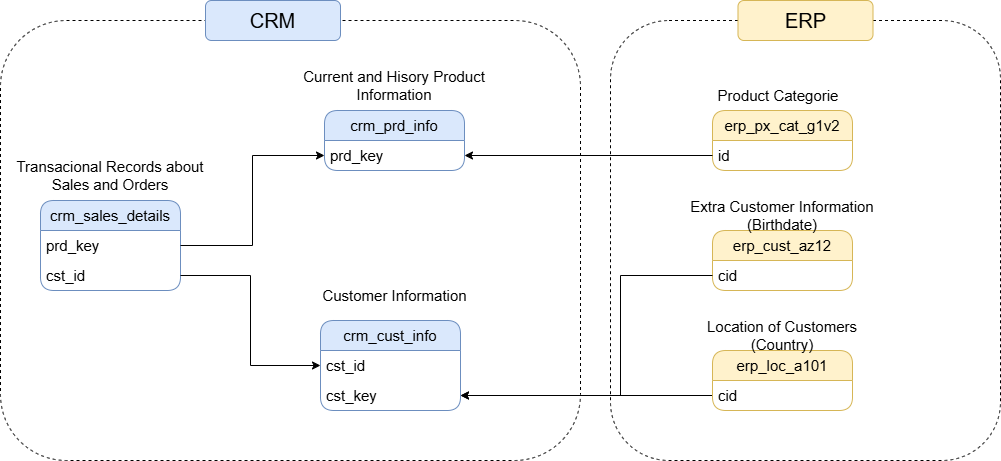
The draw.io diagram docs/Data Integration.png in JuanMurcia-999/SQL-Data-Warehouse, before a commit. Source tidied: cells renumbered, new cells last; positions are measured from the earlier drawing's top-left corner, leaving out a move shared by most shapes.
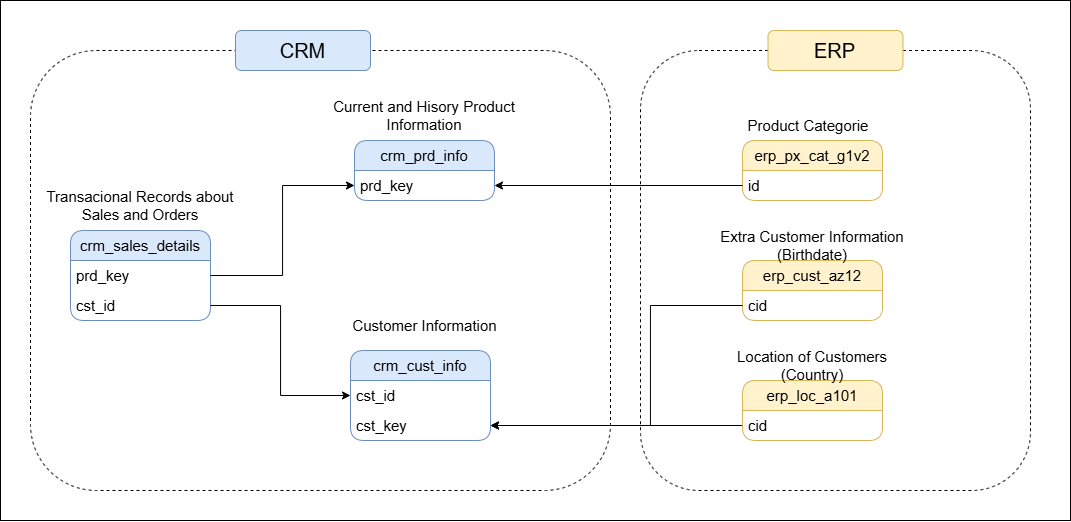
The same file after the commit.

Change to the diagram source:
```diff
@@ -2,6 +2,9 @@
   <root>
     <mxCell id="0" />
     <mxCell id="1" parent="0" />
+    <mxCell id="31" style="rounded=0;whiteSpace=wrap;html=1;fillColor=default;" parent="1" vertex="1">
+      <mxGeometry x="-30" y="-30" width="1070" height="520" as="geometry" />
+    </mxCell>
     <mxCell id="2" style="rounded=1;whiteSpace=wrap;html=1;dashed=1;fillColor=none;" parent="1" vertex="1">
       <mxGeometry y="20" width="580" height="440" as="geometry" />
     </mxCell>
```
